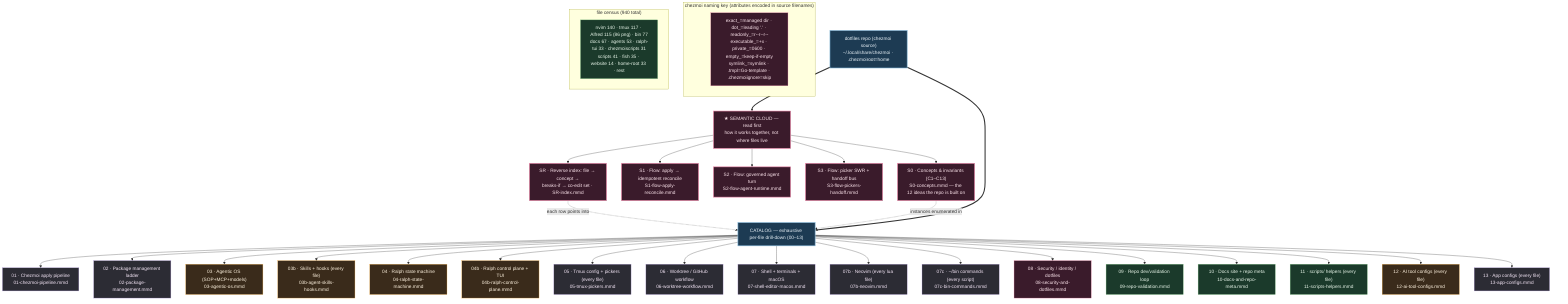
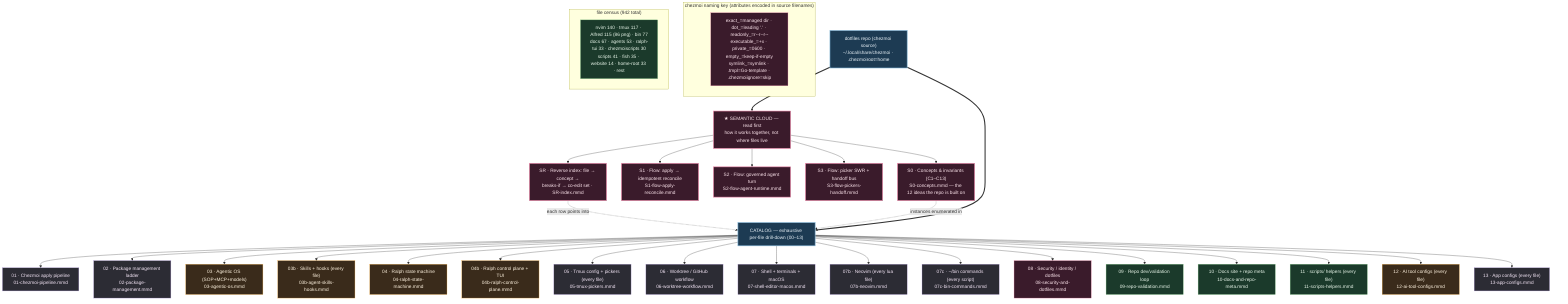
%% ============================================================================
%% 00-overview.mmd — Master navigation map for kapral18/dotfiles
%% TWO LAYERS:
%%   SEMANTIC CLOUD (read first) — how the system THINKS: concepts+invariants
%%     (S0), cross-cutting flows (S1/S2/S3), and a reverse index (SR) that maps
%%     any file to its concept, blast radius, and co-edit set.
%%   CATALOG (drill-down) — how the system is LAID OUT: 00-13 enumerate every
- %%     one of the 940 tracked files (git ls-files) by exact chezmoi source path.
+ %%     one of the 942 tracked files (git ls-files) by exact chezmoi source path.
%% `home/` is chezmoi source deployed to $HOME; scripts/tools/website/docs are
%% repo-side (NOT deployed). Each node → a deeper .mmd.
%% ============================================================================
graph TD
    classDef entry fill:#1d3b53,stroke:#7fb3d5,color:#eaf2f8,stroke-width:2px;
    classDef sys fill:#2c2c34,stroke:#b39ddb,color:#f3e5f5;
    classDef ai fill:#3a2b1b,stroke:#ffb74d,color:#fff3e0;
    classDef repo fill:#1b3a2b,stroke:#81c784,color:#e8f5e9;
    classDef data fill:#3a1b2b,stroke:#f48fb1,color:#fce4ec;
    classDef sem fill:#3a1b2b,stroke:#f48fb1,color:#fce4ec,stroke-width:2px;

    ROOT["dotfiles repo (chezmoi source)<br/>~/.local/share/chezmoi · .chezmoiroot=home"]:::entry

    %% ---- SEMANTIC LAYER (read before the catalog) --------------------------
    ROOT ==> SEMHEAD["★ SEMANTIC CLOUD — read first<br/>how it works together, not where files live"]:::sem
    SEMHEAD --> S0["S0 · Concepts & invariants (C1–C13)<br/>S0-concepts.mmd — the 12 ideas the repo is built on"]:::sem
    SEMHEAD --> S1["S1 · Flow: apply → idempotent reconcile<br/>S1-flow-apply-reconcile.mmd"]:::sem
    SEMHEAD --> S2["S2 · Flow: governed agent turn<br/>S2-flow-agent-runtime.mmd"]:::sem
    SEMHEAD --> S3["S3 · Flow: picker SWR + handoff bus<br/>S3-flow-pickers-handoff.mmd"]:::sem
    SEMHEAD --> SR["SR · Reverse index: file → concept →<br/>breaks-if → co-edit set · SR-index.mmd"]:::sem
    SR -. "each row points into" .-> CATHEAD
    S0 -. "instances enumerated in" .-> CATHEAD

    %% ---- CATALOG LAYER (exhaustive per-file drill-down) --------------------
    ROOT ==> CATHEAD["CATALOG — exhaustive per-file drill-down (00–13)"]:::entry

    CATHEAD --> CZ["01 · Chezmoi apply pipeline<br/>01-chezmoi-pipeline.mmd"]:::sys
    CATHEAD --> PKG["02 · Package management ladder<br/>02-package-management.mmd"]:::sys
    CATHEAD --> AIOS["03 · Agentic OS (SOP+MCP+models)<br/>03-agentic-os.mmd"]:::ai
    CATHEAD --> SKILLS["03b · Skills + hooks (every file)<br/>03b-agent-skills-hooks.mmd"]:::ai
    CATHEAD --> RALPH["04 · Ralph state machine<br/>04-ralph-state-machine.mmd"]:::ai
    CATHEAD --> RALPHCP["04b · Ralph control plane + TUI<br/>04b-ralph-control-plane.mmd"]:::ai
    CATHEAD --> TMUX["05 · Tmux config + pickers (every file)<br/>05-tmux-pickers.mmd"]:::sys
    CATHEAD --> WT["06 · Worktree / GitHub workflow<br/>06-worktree-workflow.mmd"]:::sys
    CATHEAD --> SEM["07 · Shell + terminals + macOS<br/>07-shell-editor-macos.mmd"]:::sys
    CATHEAD --> NVIM["07b · Neovim (every lua file)<br/>07b-neovim.mmd"]:::sys
    CATHEAD --> BIN["07c · ~/bin commands (every script)<br/>07c-bin-commands.mmd"]:::sys
    CATHEAD --> SEC["08 · Security / identity / dotfiles<br/>08-security-and-dotfiles.mmd"]:::data
    CATHEAD --> VAL["09 · Repo dev/validation loop<br/>09-repo-validation.mmd"]:::repo
    CATHEAD --> DOCS["10 · Docs site + repo meta<br/>10-docs-and-repo-meta.mmd"]:::repo
    CATHEAD --> SCRIPTS["11 · scripts/ helpers (every file)<br/>11-scripts-helpers.mmd"]:::repo
    CATHEAD --> AICFG["12 · AI tool configs (every file)<br/>12-ai-tool-configs.mmd"]:::ai
    CATHEAD --> APPS["13 · App configs (every file)<br/>13-app-configs.mmd"]:::sys

    subgraph KEY["chezmoi naming key (attributes encoded in source filenames)"]
        K1["exact_=managed dir · dot_=leading '.' · readonly_=r--r--r--<br/>executable_=+x · private_=0600 · empty_=keep-if-empty<br/>symlink_=symlink · .tmpl=Go-template · .chezmoiignore=skip"]:::data
    end

-     subgraph COUNTS["file census (940 total)"]
-         C1["nvim 140 · tmux 117 · Alfred 115 (86 png) · bin 77<br/>docs 67 · agents 53 · ralph-tui 33 · chezmoiscripts 31<br/>scripts 41 · fish 35 · website 14 · home-root 33 · rest"]:::repo
+     subgraph COUNTS["file census (942 total)"]
+         C1["nvim 140 · tmux 117 · Alfred 115 (86 png) · bin 77<br/>docs 67 · agents 53 · ralph-tui 33 · chezmoiscripts 30<br/>scripts 41 · fish 35 · website 14 · home-root 33 · rest"]:::repo
    end
